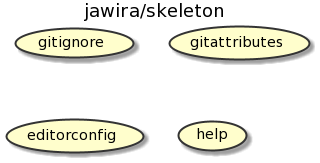
Above: build.png in jawira/skeleton (PlantUML), before the change.
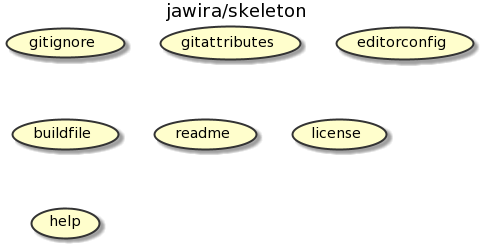
After the change.

Diff of the diagram source:
```diff
@@ -10,5 +10,8 @@
 (gitignore)
 (gitattributes)
 (editorconfig)
+(buildfile)
+(readme)
+(license)
 (help)
 @enduml
```
